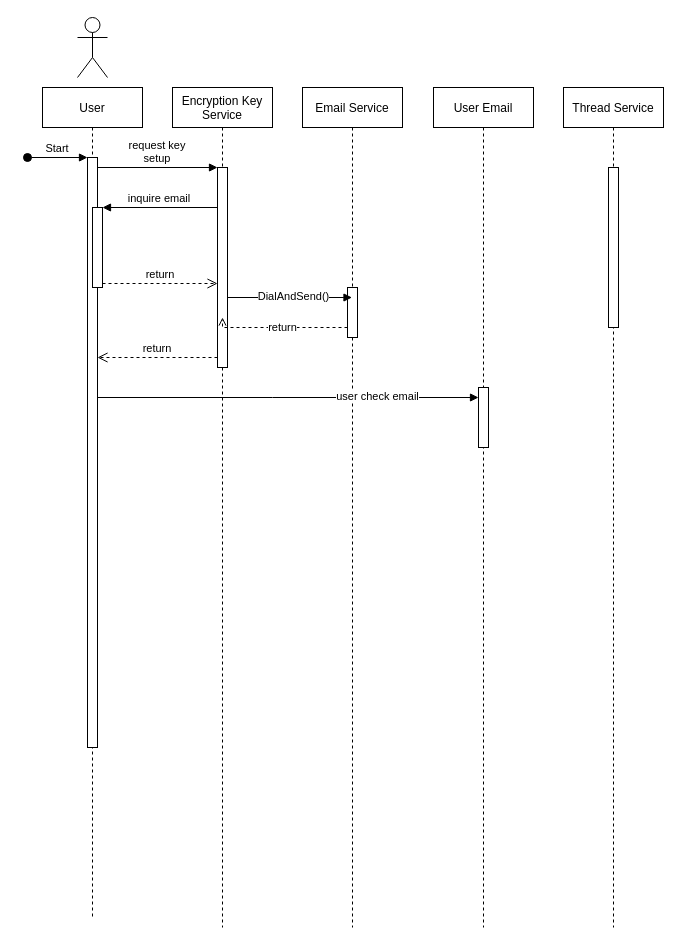
Above: Untitled Diagram.drawio in YIFENGSCOTT/gin-vue-admin (draw.io), before the change. Source tidied: cells renumbered, new cells numbered last; positions are measured from the earlier drawing's top-left corner, leaving out a move shared by most shapes. Both pictures are drawn from the tidied source at 100%, with x=0, y=0 at pixel (27, 17).
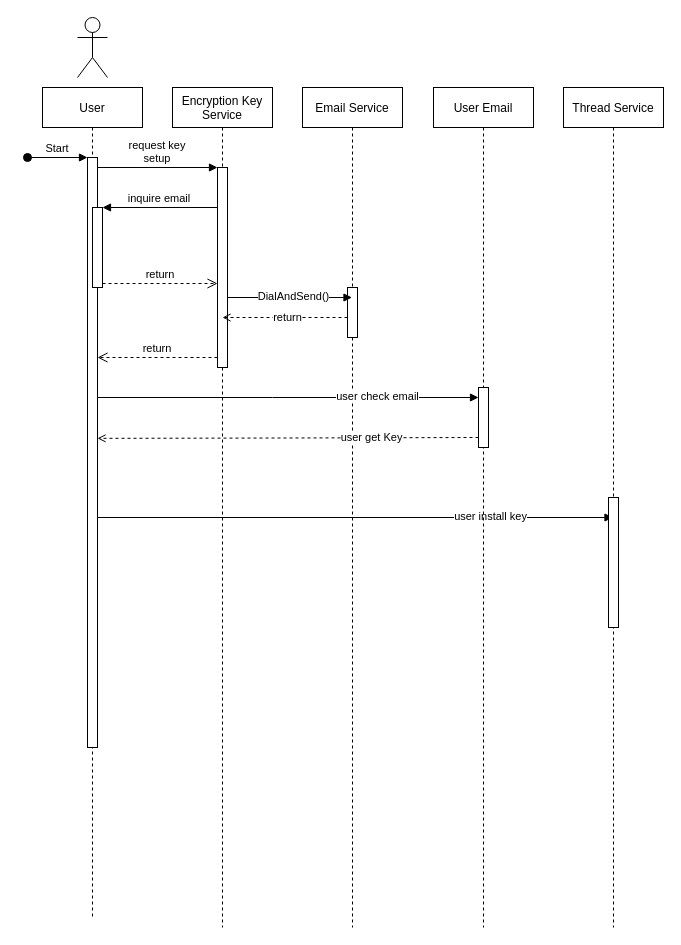
The same diagram, later.

The change refers to these unchanged cells:
```xml
<mxCell id="3" style="points=[];perimeter=orthogonalPerimeter;rounded=0;shadow=0;strokeWidth=1;" parent="2" vertex="1">
  <mxGeometry x="45" y="70" width="10" height="590" as="geometry" />
</mxCell>
<mxCell id="6" value="Encryption Key &#10;Service" style="shape=umlLifeline;perimeter=lifelinePerimeter;rounded=0;shadow=0;strokeWidth=1;" parent="1" vertex="1">
  <mxGeometry x="145" y="70" width="100" height="840" as="geometry" />
</mxCell>
<mxCell id="14" style="points=[];perimeter=orthogonalPerimeter;rounded=0;shadow=0;strokeWidth=1;" parent="13" vertex="1">
  <mxGeometry x="45" y="200" width="10" height="50" as="geometry" />
</mxCell>
<mxCell id="15" value="User Email" style="shape=umlLifeline;perimeter=lifelinePerimeter;rounded=0;shadow=0;strokeWidth=1;" parent="1" vertex="1">
  <mxGeometry x="406" y="70" width="100" height="840" as="geometry" />
</mxCell>
<mxCell id="17" value="Thread Service" style="shape=umlLifeline;perimeter=lifelinePerimeter;rounded=0;shadow=0;strokeWidth=1;" parent="1" vertex="1">
  <mxGeometry x="536" y="70" width="100" height="840" as="geometry" />
</mxCell>
```

Diff of the diagram source:
```diff
@@
+    <mxCell id="24" style="edgeStyle=orthogonalEdgeStyle;rounded=0;jettySize=auto;html=1;endArrow=block;endFill=1;" parent="6" edge="1" target="17">
+      <mxGeometry relative="1" as="geometry">
+        <mxPoint x="-75" y="430" as="sourcePoint" />
+        <Array as="points">
+          <mxPoint x="400" y="430" />
+          <mxPoint x="400" y="430" />
+        </Array>
+      </mxGeometry>
+    </mxCell>
+    <mxCell id="25" value="user install key" style="edgeLabel;html=1;align=center;verticalAlign=middle;" parent="24" vertex="1">
+      <mxGeometry x="0.68" y="2" relative="1" as="geometry">
+        <mxPoint x="-41" as="offset" />
+      </mxGeometry>
+    </mxCell>
@@
+    <mxCell id="26" value="user get Key" style="edgeStyle=orthogonalEdgeStyle;rounded=0;jettySize=auto;html=1;dashed=1;endArrow=open;endFill=0;entryX=1;entryY=0.476;entryDx=0;entryDy=0;entryPerimeter=0;" parent="15" edge="1" target="3">
+      <mxGeometry x="-0.44" relative="1" as="geometry">
+        <mxPoint x="45" y="350" as="sourcePoint" />
+      </mxGeometry>
+    </mxCell>
@@
     <mxCell id="18" style="perimeter=orthogonalPerimeter;rounded=0;shadow=0;strokeWidth=1;" parent="17" vertex="1">
-      <mxGeometry x="45" y="80" width="10" height="160" as="geometry" />
+      <mxGeometry x="45" y="410" width="10" height="130" as="geometry" />
     </mxCell>
@@
     <mxCell id="21" value="return" style="edgeStyle=orthogonalEdgeStyle;rounded=0;jettySize=auto;html=1;dashed=1;endArrow=open;endFill=0;" parent="1" edge="1" source="14">
       <mxGeometry x="-0.04" relative="1" as="geometry">
         <mxPoint x="195" y="300" as="targetPoint" />
         <Array as="points">
-          <mxPoint x="195" y="310" />
+          <mxPoint x="225" y="300" />
+          <mxPoint x="225" y="300" />
         </Array>
       </mxGeometry>
     </mxCell>
```
